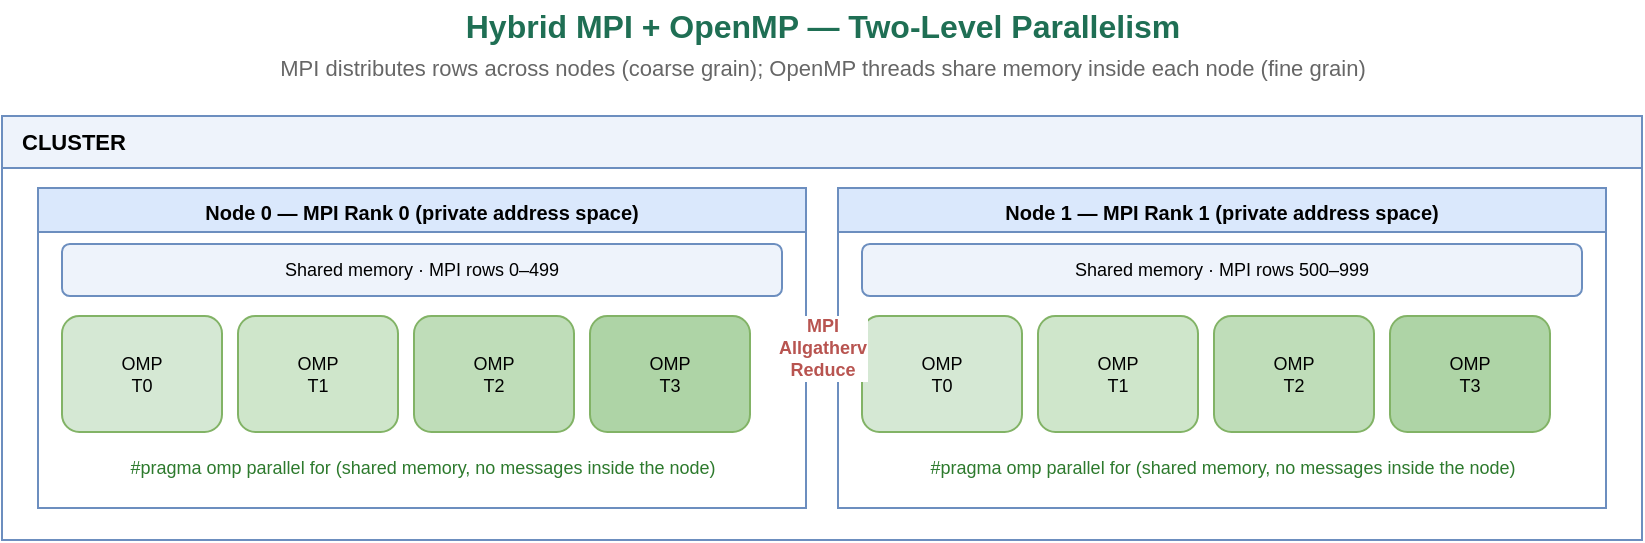
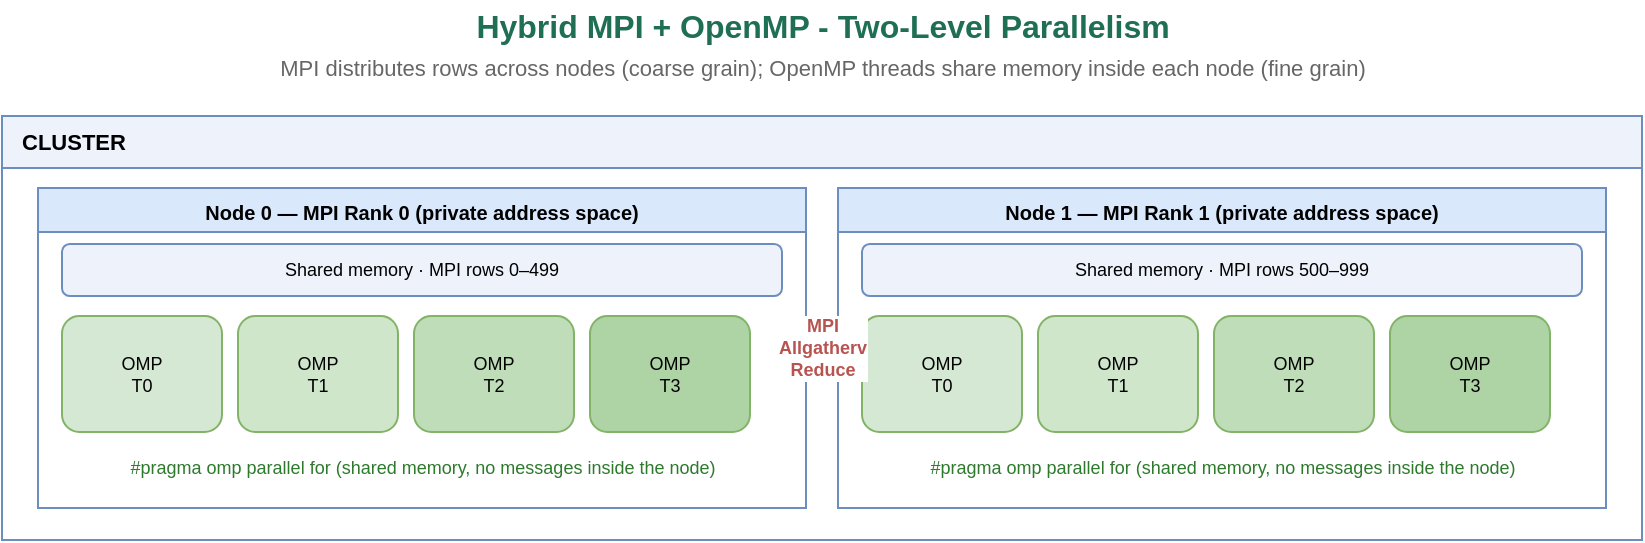
<mxfile host="65bd71144e">
    <diagram id="page6" name="6. Hybrid MPI+OpenMP">
-         <mxGraphModel dx="702" dy="172" grid="1" gridSize="10" guides="1" tooltips="1" connect="1" arrows="1" fold="1" page="1" pageScale="1" pageWidth="900" pageHeight="620" math="0" shadow="0">
+         <mxGraphModel dx="878" dy="215" grid="1" gridSize="10" guides="1" tooltips="1" connect="1" arrows="1" fold="1" page="1" pageScale="1" pageWidth="900" pageHeight="620" math="0" shadow="0">
            <root>
                <mxCell id="0"/>
                <mxCell id="1" parent="0"/>
-                 <mxCell id="ttl" value="Hybrid MPI + OpenMP — Two-Level Parallelism" style="text;html=1;align=center;verticalAlign=middle;fontStyle=1;fontSize=16;fontColor=#1f6f54;" parent="1" vertex="1">
+                 <mxCell id="ttl" value="Hybrid MPI + OpenMP - Two-Level Parallelism" style="text;html=1;align=center;verticalAlign=middle;fontStyle=1;fontSize=16;fontColor=#1f6f54;" parent="1" vertex="1">
                    <mxGeometry x="150" y="16" width="600" height="26" as="geometry"/>
                </mxCell>
                <mxCell id="sub" value="MPI distributes rows across nodes (coarse grain); OpenMP threads share memory inside each node (fine grain)" style="text;html=1;align=center;verticalAlign=middle;fontSize=11;fontColor=#666666;" parent="1" vertex="1">
                    <mxGeometry x="120" y="40" width="660" height="20" as="geometry"/>
                </mxCell>
                <mxCell id="cl" value="CLUSTER" style="swimlane;startSize=26;whiteSpace=wrap;html=1;fillColor=#eef3fb;strokeColor=#6c8ebf;fontSize=11;fontStyle=1;verticalAlign=top;align=left;spacingLeft=8;" parent="1" vertex="1">
                    <mxGeometry x="40" y="74" width="820" height="212" as="geometry"/>
                </mxCell>
                <mxCell id="n0" value="Node 0  —  MPI Rank 0  (private address space)" style="swimlane;startSize=22;whiteSpace=wrap;html=1;fillColor=#dae8fc;strokeColor=#6c8ebf;fontSize=10;fontStyle=1;verticalAlign=top;align=center;" parent="cl" vertex="1">
                    <mxGeometry x="18" y="36" width="384" height="160" as="geometry"/>
                </mxCell>
                <mxCell id="n0m" value="Shared memory · MPI rows 0–499" style="rounded=1;whiteSpace=wrap;html=1;fillColor=#eef3fb;strokeColor=#6c8ebf;fontSize=9;verticalAlign=middle;" parent="n0" vertex="1">
                    <mxGeometry x="12" y="28" width="360" height="26" as="geometry"/>
                </mxCell>
                <mxCell id="n0t0" value="OMP&#xa;T0" style="rounded=1;whiteSpace=wrap;html=1;fillColor=#d5e8d4;strokeColor=#82b366;fontSize=9;verticalAlign=middle;" parent="n0" vertex="1">
                    <mxGeometry x="12" y="64" width="80" height="58" as="geometry"/>
                </mxCell>
                <mxCell id="n0t1" value="OMP&#xa;T1" style="rounded=1;whiteSpace=wrap;html=1;fillColor=#cfe6cb;strokeColor=#82b366;fontSize=9;verticalAlign=middle;" parent="n0" vertex="1">
                    <mxGeometry x="100" y="64" width="80" height="58" as="geometry"/>
                </mxCell>
                <mxCell id="n0t2" value="OMP&#xa;T2" style="rounded=1;whiteSpace=wrap;html=1;fillColor=#bfddb9;strokeColor=#82b366;fontSize=9;verticalAlign=middle;" parent="n0" vertex="1">
                    <mxGeometry x="188" y="64" width="80" height="58" as="geometry"/>
                </mxCell>
                <mxCell id="n0t3" value="OMP&#xa;T3" style="rounded=1;whiteSpace=wrap;html=1;fillColor=#aed4a6;strokeColor=#82b366;fontSize=9;verticalAlign=middle;" parent="n0" vertex="1">
                    <mxGeometry x="276" y="64" width="80" height="58" as="geometry"/>
                </mxCell>
                <mxCell id="n0lbl" value="#pragma omp parallel for (shared memory, no messages inside the node)" style="text;html=1;align=center;fontSize=9;fontColor=#2d7a2d;" parent="n0" vertex="1">
                    <mxGeometry x="12" y="128" width="360" height="24" as="geometry"/>
                </mxCell>
                <mxCell id="n1" value="Node 1  —  MPI Rank 1  (private address space)" style="swimlane;startSize=22;whiteSpace=wrap;html=1;fillColor=#dae8fc;strokeColor=#6c8ebf;fontSize=10;fontStyle=1;verticalAlign=top;align=center;" parent="cl" vertex="1">
                    <mxGeometry x="418" y="36" width="384" height="160" as="geometry"/>
                </mxCell>
                <mxCell id="n1m" value="Shared memory · MPI rows 500–999" style="rounded=1;whiteSpace=wrap;html=1;fillColor=#eef3fb;strokeColor=#6c8ebf;fontSize=9;verticalAlign=middle;" parent="n1" vertex="1">
                    <mxGeometry x="12" y="28" width="360" height="26" as="geometry"/>
                </mxCell>
                <mxCell id="n1t0" value="OMP&#xa;T0" style="rounded=1;whiteSpace=wrap;html=1;fillColor=#d5e8d4;strokeColor=#82b366;fontSize=9;verticalAlign=middle;" parent="n1" vertex="1">
                    <mxGeometry x="12" y="64" width="80" height="58" as="geometry"/>
                </mxCell>
                <mxCell id="n1t1" value="OMP&#xa;T1" style="rounded=1;whiteSpace=wrap;html=1;fillColor=#cfe6cb;strokeColor=#82b366;fontSize=9;verticalAlign=middle;" parent="n1" vertex="1">
                    <mxGeometry x="100" y="64" width="80" height="58" as="geometry"/>
                </mxCell>
                <mxCell id="n1t2" value="OMP&#xa;T2" style="rounded=1;whiteSpace=wrap;html=1;fillColor=#bfddb9;strokeColor=#82b366;fontSize=9;verticalAlign=middle;" parent="n1" vertex="1">
                    <mxGeometry x="188" y="64" width="80" height="58" as="geometry"/>
                </mxCell>
                <mxCell id="n1t3" value="OMP&#xa;T3" style="rounded=1;whiteSpace=wrap;html=1;fillColor=#aed4a6;strokeColor=#82b366;fontSize=9;verticalAlign=middle;" parent="n1" vertex="1">
                    <mxGeometry x="276" y="64" width="80" height="58" as="geometry"/>
                </mxCell>
                <mxCell id="n1lbl" value="#pragma omp parallel for (shared memory, no messages inside the node)" style="text;html=1;align=center;fontSize=9;fontColor=#2d7a2d;" parent="n1" vertex="1">
                    <mxGeometry x="12" y="128" width="360" height="24" as="geometry"/>
                </mxCell>
                <mxCell id="mpilink" value="MPI&#xa;Allgatherv&#xa;Reduce" style="edgeStyle=orthogonalEdgeStyle;rounded=0;html=1;startArrow=block;startFill=1;endArrow=block;endFill=1;strokeWidth=2.5;strokeColor=#b85450;fontSize=9;fontColor=#b85450;fontStyle=1;" parent="cl" source="n0" target="n1" edge="1">
                    <mxGeometry relative="1" as="geometry"/>
                </mxCell>
            </root>
        </mxGraphModel>
    </diagram>
</mxfile>